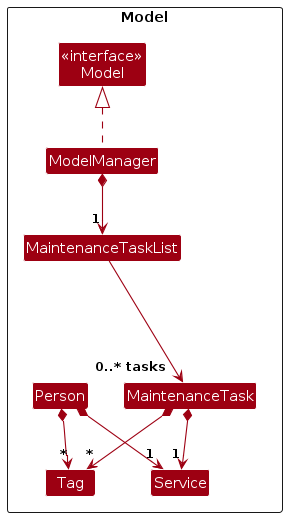
Above: diagrams/MaintenanceTaskClassDiagram.png in AY2526S2-CS2103-F13-3/tp (PlantUML), before the change. Its source is kept beside it as diagrams/MaintenanceTaskClassDiagram.puml.
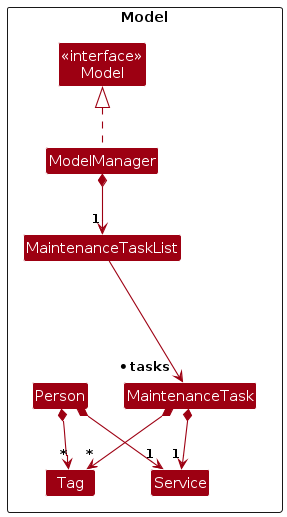
After the commit.

The edit, as a diff of the source:
```diff
@@ -18,7 +18,7 @@
 
 ModelManager .up.|> Model
 ModelManager *--> "1" MaintenanceTaskList
-MaintenanceTaskList --> "0..* tasks" MaintenanceTask
+MaintenanceTaskList --> "* tasks" MaintenanceTask
 MaintenanceTask *--> "*" Tag
 MaintenanceTask *--> "1" Service
 Person *--> "*" Tag
```
